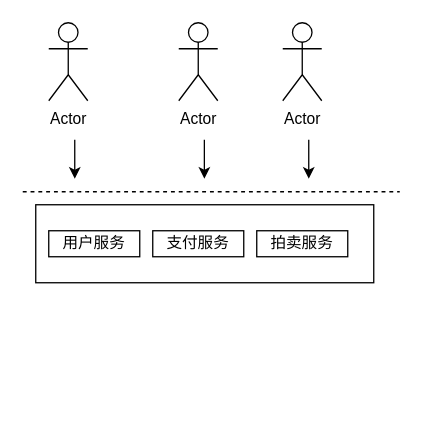
The draw.io diagram 一、种基于区块链智能合约的密封拍卖方法及系统.drawio in ForLina/sxc_contract, before the edit. Source tidied: cells renumbered, new cells numbered last; positions are measured from the earlier drawing's top-left corner, leaving out a move shared by most shapes. Both pictures are drawn from the tidied source at 130%, with x=0, y=0 at pixel (22, 22).
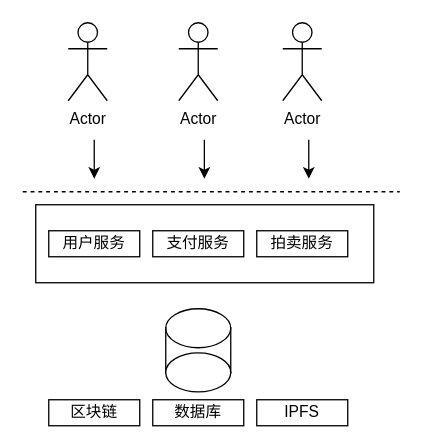
After the change.

Commit message (it also covers changes not shown here):
更新一、种基于区块链智能合约的密封拍卖方法及系统.drawio

What changed in the source:
```diff
@@
     <mxCell id="6" value="Actor" style="shape=umlActor;verticalLabelPosition=bottom;verticalAlign=top;html=1;" parent="1" vertex="1">
-      <mxGeometry x="20" width="30" height="60" as="geometry" />
+      <mxGeometry x="35" width="30" height="60" as="geometry" />
     </mxCell>
@@
     <mxCell id="10" style="endArrow=classic;html=1;rounded=0;" parent="1" edge="1">
       <mxGeometry relative="1" as="geometry">
-        <mxPoint x="40" y="90" as="sourcePoint" />
-        <mxPoint x="40" y="120" as="targetPoint" />
+        <mxPoint x="55" y="90" as="sourcePoint" />
+        <mxPoint x="55" y="120" as="targetPoint" />
       </mxGeometry>
     </mxCell>
@@
+    <mxCell id="13" value="区块链" style="rounded=0;whiteSpace=wrap;html=1;" parent="1" vertex="1">
+      <mxGeometry x="20" y="290" width="70" height="20" as="geometry" />
+    </mxCell>
+    <mxCell id="14" value="数据库" style="rounded=0;whiteSpace=wrap;html=1;" parent="1" vertex="1">
+      <mxGeometry x="100" y="290" width="70" height="20" as="geometry" />
+    </mxCell>
+    <mxCell id="15" value="IPFS" style="rounded=0;whiteSpace=wrap;html=1;" parent="1" vertex="1">
+      <mxGeometry x="180" y="290" width="70" height="20" as="geometry" />
+    </mxCell>
+    <mxCell id="16" style="ellipse;whiteSpace=wrap;html=1;" parent="1" vertex="1">
+      <mxGeometry x="110" y="220" width="50" height="30" as="geometry" />
+    </mxCell>
+    <mxCell id="17" style="line;strokeWidth=1;direction=south;html=1;" parent="1" vertex="1">
+      <mxGeometry x="108" y="234" width="4" height="36" as="geometry" />
+    </mxCell>
+    <mxCell id="18" style="line;strokeWidth=1;direction=south;html=1;" parent="1" vertex="1">
+      <mxGeometry x="158" y="234" width="4" height="36" as="geometry" />
+    </mxCell>
+    <mxCell id="19" style="ellipse;whiteSpace=wrap;html=1;" parent="1" vertex="1">
+      <mxGeometry x="110" y="254" width="50" height="30" as="geometry" />
+    </mxCell>
```
